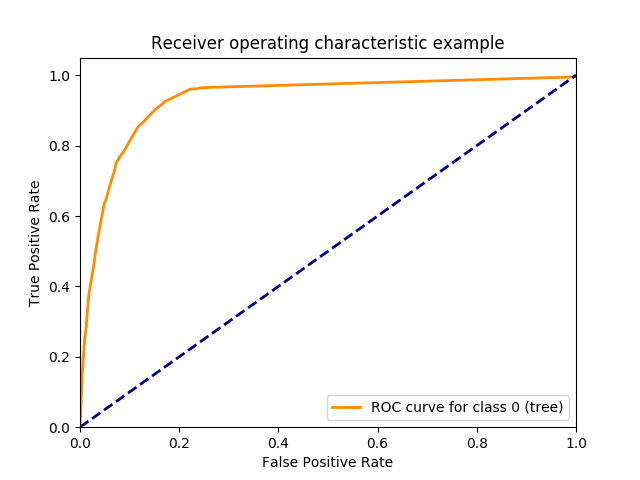
This is milestone_1/tree.png from jinghanY/App517, a Graphviz export, as it was before one commit. Its source is kept beside it as milestone_1/tree.dot.
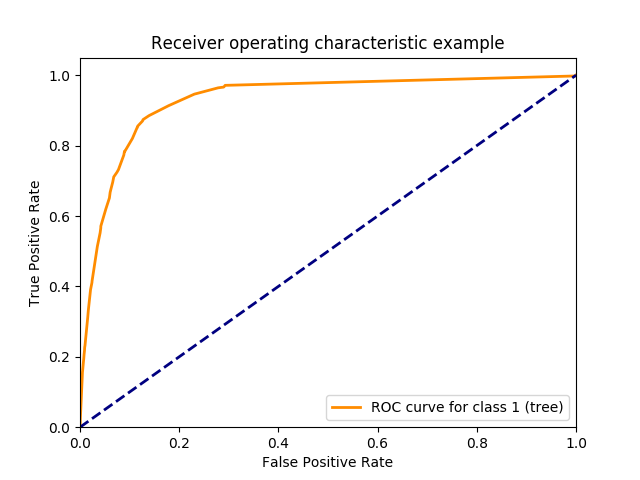
After the change.

Change to the diagram source:
```diff
@@ -1,228 +1,248 @@
 digraph Tree {
 node [shape=box] ;
-0 [label="nr.employed <= 5087.65\ngini = 0.202\nsamples = 24712\nvalue = [21889, 2823]\nclass = no"] ;
-1 [label="duration <= 165.5\ngini = 0.495\nsamples = 2996\nvalue = [1649, 1347]\nclass = no"] ;
+0 [label="nr.employed <= 5087.65\ngini = 0.201\nsamples = 24712\nvalue = [21910, 2802]\nclass = no"] ;
+1 [label="duration <= 172.5\ngini = 0.494\nsamples = 2982\nvalue = [1650, 1332]\nclass = no"] ;
 0 -> 1 [labeldistance=2.5, labelangle=45, headlabel="True"] ;
-2 [label="duration <= 123.5\ngini = 0.263\nsamples = 1079\nvalue = [911, 168]\nclass = no"] ;
+2 [label="pdays <= 6.5\ngini = 0.28\nsamples = 1152\nvalue = [958, 194]\nclass = no"] ;
 1 -> 2 ;
-3 [label="pdays <= 3.5\ngini = 0.154\nsamples = 677\nvalue = [620, 57]\nclass = no"] ;
+3 [label="mon <= 0.5\ngini = 0.489\nsamples = 165\nvalue = [95, 70]\nclass = no"] ;
 2 -> 3 ;
-4 [label="duration <= 84.5\ngini = 0.497\nsamples = 37\nvalue = [20, 17]\nclass = no"] ;
+4 [label="euribor3m <= 0.715\ngini = 0.5\nsamples = 124\nvalue = [62, 62]\nclass = no"] ;
 3 -> 4 ;
-5 [label="age <= 31.5\ngini = 0.165\nsamples = 11\nvalue = [10, 1]\nclass = no"] ;
+5 [label="fri <= 0.5\ngini = 0.35\nsamples = 31\nvalue = [7, 24]\nclass = no"] ;
 4 -> 5 ;
-6 [label="gini = 0.0\nsamples = 1\nvalue = [0, 1]\nclass = no"] ;
+6 [label="gini = 0.219\nsamples = 24\nvalue = [3, 21]\nclass = no"] ;
 5 -> 6 ;
-7 [label="gini = 0.0\nsamples = 10\nvalue = [10, 0]\nclass = no"] ;
+7 [label="gini = 0.49\nsamples = 7\nvalue = [4, 3]\nclass = no"] ;
 5 -> 7 ;
-8 [label="no <= 0.5\ngini = 0.473\nsamples = 26\nvalue = [10, 16]\nclass = no"] ;
+8 [label="sep <= 0.5\ngini = 0.483\nsamples = 93\nvalue = [55, 38]\nclass = no"] ;
 4 -> 8 ;
-9 [label="gini = 0.492\nsamples = 16\nvalue = [9, 7]\nclass = no"] ;
+9 [label="gini = 0.444\nsamples = 72\nvalue = [48, 24]\nclass = no"] ;
 8 -> 9 ;
-10 [label="gini = 0.18\nsamples = 10\nvalue = [1, 9]\nclass = no"] ;
+10 [label="gini = 0.444\nsamples = 21\nvalue = [7, 14]\nclass = no"] ;
 8 -> 10 ;
-11 [label="duration <= 78.5\ngini = 0.117\nsamples = 640\nvalue = [600, 40]\nclass = no"] ;
+11 [label="duration <= 158.5\ngini = 0.314\nsamples = 41\nvalue = [33, 8]\nclass = no"] ;
 3 -> 11 ;
-12 [label="euribor3m <= 1.264\ngini = 0.025\nsamples = 236\nvalue = [233, 3]\nclass = no"] ;
+12 [label="campaign <= 1.5\ngini = 0.229\nsamples = 38\nvalue = [33, 5]\nclass = no"] ;
 11 -> 12 ;
-13 [label="gini = 0.017\nsamples = 228\nvalue = [226, 2]\nclass = no"] ;
+13 [label="gini = 0.0\nsamples = 14\nvalue = [14, 0]\nclass = no"] ;
 12 -> 13 ;
-14 [label="gini = 0.219\nsamples = 8\nvalue = [7, 1]\nclass = no"] ;
+14 [label="gini = 0.33\nsamples = 24\nvalue = [19, 5]\nclass = no"] ;
 12 -> 14 ;
-15 [label="euribor3m <= 0.635\ngini = 0.166\nsamples = 404\nvalue = [367, 37]\nclass = no"] ;
+15 [label="gini = 0.0\nsamples = 3\nvalue = [0, 3]\nclass = no"] ;
 11 -> 15 ;
-16 [label="gini = 0.444\nsamples = 3\nvalue = [1, 2]\nclass = no"] ;
-15 -> 16 ;
-17 [label="gini = 0.159\nsamples = 401\nvalue = [366, 35]\nclass = no"] ;
-15 -> 17 ;
-18 [label="telephone <= 0.5\ngini = 0.4\nsamples = 402\nvalue = [291, 111]\nclass = no"] ;
-2 -> 18 ;
-19 [label="pdays <= 11.5\ngini = 0.425\nsamples = 363\nvalue = [252, 111]\nclass = no"] ;
+16 [label="duration <= 123.5\ngini = 0.22\nsamples = 987\nvalue = [863, 124]\nclass = no"] ;
+2 -> 16 ;
+17 [label="duration <= 81.5\ngini = 0.135\nsamples = 620\nvalue = [575, 45]\nclass = no"] ;
+16 -> 17 ;
+18 [label="pdays <= 13.5\ngini = 0.039\nsamples = 252\nvalue = [247, 5]\nclass = no"] ;
+17 -> 18 ;
+19 [label="gini = 0.444\nsamples = 3\nvalue = [2, 1]\nclass = no"] ;
 18 -> 19 ;
-20 [label="mon <= 0.5\ngini = 0.499\nsamples = 80\nvalue = [42, 38]\nclass = no"] ;
-19 -> 20 ;
-21 [label="gini = 0.488\nsamples = 57\nvalue = [24, 33]\nclass = no"] ;
-20 -> 21 ;
-22 [label="gini = 0.34\nsamples = 23\nvalue = [18, 5]\nclass = no"] ;
-20 -> 22 ;
-23 [label="age <= 68.5\ngini = 0.383\nsamples = 283\nvalue = [210, 73]\nclass = no"] ;
-19 -> 23 ;
-24 [label="gini = 0.345\nsamples = 253\nvalue = [197, 56]\nclass = no"] ;
-23 -> 24 ;
-25 [label="gini = 0.491\nsamples = 30\nvalue = [13, 17]\nclass = no"] ;
-23 -> 25 ;
-26 [label="gini = 0.0\nsamples = 39\nvalue = [39, 0]\nclass = no"] ;
-18 -> 26 ;
-27 [label="pdays <= 16.5\ngini = 0.474\nsamples = 1917\nvalue = [738, 1179]\nclass = no"] ;
-1 -> 27 ;
-28 [label="campaign <= 6.5\ngini = 0.306\nsamples = 562\nvalue = [106, 456]\nclass = no"] ;
-27 -> 28 ;
-29 [label="cons.price.idx <= 92.29\ngini = 0.299\nsamples = 557\nvalue = [102, 455]\nclass = no"] ;
+20 [label="gini = 0.032\nsamples = 249\nvalue = [245, 4]\nclass = no"] ;
+18 -> 20 ;
+21 [label="euribor3m <= 1.264\ngini = 0.194\nsamples = 368\nvalue = [328, 40]\nclass = no"] ;
+17 -> 21 ;
+22 [label="gini = 0.177\nsamples = 346\nvalue = [312, 34]\nclass = no"] ;
+21 -> 22 ;
+23 [label="gini = 0.397\nsamples = 22\nvalue = [16, 6]\nclass = no"] ;
+21 -> 23 ;
+24 [label="emp.var.rate <= -1.75\ngini = 0.338\nsamples = 367\nvalue = [288, 79]\nclass = no"] ;
+16 -> 24 ;
+25 [label="age <= 23.5\ngini = 0.39\nsamples = 290\nvalue = [213, 77]\nclass = no"] ;
+24 -> 25 ;
+26 [label="gini = 0.49\nsamples = 14\nvalue = [6, 8]\nclass = no"] ;
+25 -> 26 ;
+27 [label="gini = 0.375\nsamples = 276\nvalue = [207, 69]\nclass = no"] ;
+25 -> 27 ;
+28 [label="unemployed <= 0.5\ngini = 0.051\nsamples = 77\nvalue = [75, 2]\nclass = no"] ;
+24 -> 28 ;
+29 [label="gini = 0.026\nsamples = 75\nvalue = [74, 1]\nclass = no"] ;
 28 -> 29 ;
-30 [label="euribor3m <= 0.865\ngini = 0.455\nsamples = 40\nvalue = [14, 26]\nclass = no"] ;
-29 -> 30 ;
-31 [label="gini = 0.133\nsamples = 14\nvalue = [1, 13]\nclass = no"] ;
-30 -> 31 ;
-32 [label="gini = 0.5\nsamples = 26\nvalue = [13, 13]\nclass = no"] ;
-30 -> 32 ;
-33 [label="euribor3m <= 0.648\ngini = 0.282\nsamples = 517\nvalue = [88, 429]\nclass = no"] ;
-29 -> 33 ;
-34 [label="gini = 0.433\nsamples = 41\nvalue = [13, 28]\nclass = no"] ;
+30 [label="gini = 0.5\nsamples = 2\nvalue = [1, 1]\nclass = no"] ;
+28 -> 30 ;
+31 [label="pdays <= 16.5\ngini = 0.47\nsamples = 1830\nvalue = [692, 1138]\nclass = no"] ;
+1 -> 31 ;
+32 [label="campaign <= 3.5\ngini = 0.277\nsamples = 541\nvalue = [90, 451]\nclass = no"] ;
+31 -> 32 ;
+33 [label="duration <= 191.5\ngini = 0.255\nsamples = 500\nvalue = [75, 425]\nclass = no"] ;
+32 -> 33 ;
+34 [label="cellular <= 0.5\ngini = 0.414\nsamples = 58\nvalue = [17, 41]\nclass = no"] ;
 33 -> 34 ;
-35 [label="gini = 0.265\nsamples = 476\nvalue = [75, 401]\nclass = no"] ;
-33 -> 35 ;
-36 [label="euribor3m <= 0.762\ngini = 0.32\nsamples = 5\nvalue = [4, 1]\nclass = no"] ;
-28 -> 36 ;
-37 [label="gini = 0.0\nsamples = 1\nvalue = [0, 1]\nclass = no"] ;
-36 -> 37 ;
-38 [label="gini = 0.0\nsamples = 4\nvalue = [4, 0]\nclass = no"] ;
-36 -> 38 ;
-39 [label="duration <= 283.5\ngini = 0.498\nsamples = 1355\nvalue = [632, 723]\nclass = no"] ;
-27 -> 39 ;
-40 [label="duration <= 203.5\ngini = 0.486\nsamples = 605\nvalue = [354, 251]\nclass = no"] ;
-39 -> 40 ;
-41 [label="oct <= 0.5\ngini = 0.434\nsamples = 223\nvalue = [152, 71]\nclass = no"] ;
+35 [label="gini = 0.0\nsamples = 2\nvalue = [2, 0]\nclass = no"] ;
+34 -> 35 ;
+36 [label="gini = 0.392\nsamples = 56\nvalue = [15, 41]\nclass = no"] ;
+34 -> 36 ;
+37 [label="euribor3m <= 1.261\ngini = 0.228\nsamples = 442\nvalue = [58, 384]\nclass = no"] ;
+33 -> 37 ;
+38 [label="gini = 0.213\nsamples = 429\nvalue = [52, 377]\nclass = no"] ;
+37 -> 38 ;
+39 [label="gini = 0.497\nsamples = 13\nvalue = [6, 7]\nclass = no"] ;
+37 -> 39 ;
+40 [label="duration <= 545.0\ngini = 0.464\nsamples = 41\nvalue = [15, 26]\nclass = no"] ;
+32 -> 40 ;
+41 [label="euribor3m <= 0.668\ngini = 0.496\nsamples = 33\nvalue = [15, 18]\nclass = no"] ;
 40 -> 41 ;
-42 [label="gini = 0.455\nsamples = 194\nvalue = [126, 68]\nclass = no"] ;
+42 [label="gini = 0.0\nsamples = 4\nvalue = [0, 4]\nclass = no"] ;
 41 -> 42 ;
-43 [label="gini = 0.185\nsamples = 29\nvalue = [26, 3]\nclass = no"] ;
+43 [label="gini = 0.499\nsamples = 29\nvalue = [15, 14]\nclass = no"] ;
 41 -> 43 ;
-44 [label="telephone <= 0.5\ngini = 0.498\nsamples = 382\nvalue = [202, 180]\nclass = no"] ;
+44 [label="gini = 0.0\nsamples = 8\nvalue = [0, 8]\nclass = no"] ;
 40 -> 44 ;
-45 [label="gini = 0.5\nsamples = 335\nvalue = [170, 165]\nclass = no"] ;
-44 -> 45 ;
-46 [label="gini = 0.435\nsamples = 47\nvalue = [32, 15]\nclass = no"] ;
-44 -> 46 ;
-47 [label="previous <= 2.5\ngini = 0.467\nsamples = 750\nvalue = [278, 472]\nclass = no"] ;
-39 -> 47 ;
-48 [label="cons.price.idx <= 93.559\ngini = 0.463\nsamples = 735\nvalue = [267, 468]\nclass = no"] ;
+45 [label="duration <= 250.5\ngini = 0.498\nsamples = 1289\nvalue = [602, 687]\nclass = no"] ;
+31 -> 45 ;
+46 [label="cons.conf.idx <= -28.35\ngini = 0.481\nsamples = 427\nvalue = [255, 172]\nclass = no"] ;
+45 -> 46 ;
+47 [label="campaign <= 4.5\ngini = 0.488\nsamples = 390\nvalue = [225, 165]\nclass = no"] ;
+46 -> 47 ;
+48 [label="gini = 0.493\nsamples = 368\nvalue = [206, 162]\nclass = no"] ;
 47 -> 48 ;
-49 [label="gini = 0.481\nsamples = 478\nvalue = [193, 285]\nclass = no"] ;
-48 -> 49 ;
-50 [label="gini = 0.41\nsamples = 257\nvalue = [74, 183]\nclass = no"] ;
-48 -> 50 ;
-51 [label="duration <= 793.0\ngini = 0.391\nsamples = 15\nvalue = [11, 4]\nclass = no"] ;
-47 -> 51 ;
-52 [label="gini = 0.153\nsamples = 12\nvalue = [11, 1]\nclass = no"] ;
-51 -> 52 ;
-53 [label="gini = 0.0\nsamples = 3\nvalue = [0, 3]\nclass = no"] ;
-51 -> 53 ;
-54 [label="duration <= 525.5\ngini = 0.127\nsamples = 21716\nvalue = [20240, 1476]\nclass = no"] ;
-0 -> 54 [labeldistance=2.5, labelangle=-45, headlabel="False"] ;
-55 [label="cons.conf.idx <= -46.65\ngini = 0.052\nsamples = 19366\nvalue = [18847, 519]\nclass = no"] ;
+49 [label="gini = 0.236\nsamples = 22\nvalue = [19, 3]\nclass = no"] ;
+47 -> 49 ;
+50 [label="euribor3m <= 0.723\ngini = 0.307\nsamples = 37\nvalue = [30, 7]\nclass = no"] ;
+46 -> 50 ;
+51 [label="gini = 0.5\nsamples = 8\nvalue = [4, 4]\nclass = no"] ;
+50 -> 51 ;
+52 [label="gini = 0.185\nsamples = 29\nvalue = [26, 3]\nclass = no"] ;
+50 -> 52 ;
+53 [label="nr.employed <= 5013.1\ngini = 0.481\nsamples = 862\nvalue = [347, 515]\nclass = no"] ;
+45 -> 53 ;
+54 [label="duration <= 520.5\ngini = 0.433\nsamples = 338\nvalue = [107, 231]\nclass = no"] ;
+53 -> 54 ;
+55 [label="gini = 0.474\nsamples = 241\nvalue = [93, 148]\nclass = no"] ;
 54 -> 55 ;
-56 [label="euribor3m <= 1.526\ngini = 0.292\nsamples = 1470\nvalue = [1209, 261]\nclass = no"] ;
-55 -> 56 ;
-57 [label="duration <= 293.5\ngini = 0.248\nsamples = 1321\nvalue = [1129, 192]\nclass = no"] ;
-56 -> 57 ;
-58 [label="duration <= 103.5\ngini = 0.177\nsamples = 986\nvalue = [889, 97]\nclass = no"] ;
+56 [label="gini = 0.247\nsamples = 97\nvalue = [14, 83]\nclass = no"] ;
+54 -> 56 ;
+57 [label="age <= 24.5\ngini = 0.496\nsamples = 524\nvalue = [240, 284]\nclass = no"] ;
+53 -> 57 ;
+58 [label="gini = 0.387\nsamples = 42\nvalue = [11, 31]\nclass = no"] ;
 57 -> 58 ;
-59 [label="gini = 0.036\nsamples = 323\nvalue = [317, 6]\nclass = no"] ;
-58 -> 59 ;
-60 [label="gini = 0.237\nsamples = 663\nvalue = [572, 91]\nclass = no"] ;
-58 -> 60 ;
-61 [label="euribor3m <= 1.398\ngini = 0.406\nsamples = 335\nvalue = [240, 95]\nclass = no"] ;
-57 -> 61 ;
-62 [label="gini = 0.352\nsamples = 57\nvalue = [13, 44]\nclass = no"] ;
+59 [label="gini = 0.499\nsamples = 482\nvalue = [229, 253]\nclass = no"] ;
+57 -> 59 ;
+60 [label="duration <= 525.5\ngini = 0.126\nsamples = 21730\nvalue = [20260, 1470]\nclass = no"] ;
+0 -> 60 [labeldistance=2.5, labelangle=-45, headlabel="False"] ;
+61 [label="cons.conf.idx <= -46.65\ngini = 0.05\nsamples = 19395\nvalue = [18894, 501]\nclass = no"] ;
+60 -> 61 ;
+62 [label="euribor3m <= 1.526\ngini = 0.296\nsamples = 1462\nvalue = [1198, 264]\nclass = no"] ;
 61 -> 62 ;
-63 [label="gini = 0.3\nsamples = 278\nvalue = [227, 51]\nclass = no"] ;
-61 -> 63 ;
-64 [label="duration <= 94.0\ngini = 0.497\nsamples = 149\nvalue = [80, 69]\nclass = no"] ;
-56 -> 64 ;
-65 [label="tue <= 0.5\ngini = 0.142\nsamples = 39\nvalue = [36, 3]\nclass = no"] ;
+63 [label="euribor3m <= 1.368\ngini = 0.251\nsamples = 1304\nvalue = [1112, 192]\nclass = no"] ;
+62 -> 63 ;
+64 [label="duration <= 223.5\ngini = 0.459\nsamples = 151\nvalue = [97, 54]\nclass = no"] ;
+63 -> 64 ;
+65 [label="gini = 0.123\nsamples = 76\nvalue = [71, 5]\nclass = no"] ;
 64 -> 65 ;
-66 [label="gini = 0.061\nsamples = 32\nvalue = [31, 1]\nclass = no"] ;
-65 -> 66 ;
-67 [label="gini = 0.408\nsamples = 7\nvalue = [5, 2]\nclass = no"] ;
-65 -> 67 ;
-68 [label="duration <= 175.5\ngini = 0.48\nsamples = 110\nvalue = [44, 66]\nclass = no"] ;
-64 -> 68 ;
-69 [label="gini = 0.491\nsamples = 53\nvalue = [30, 23]\nclass = no"] ;
-68 -> 69 ;
-70 [label="gini = 0.371\nsamples = 57\nvalue = [14, 43]\nclass = no"] ;
-68 -> 70 ;
-71 [label="oct <= 0.5\ngini = 0.028\nsamples = 17896\nvalue = [17638, 258]\nclass = no"] ;
-55 -> 71 ;
-72 [label="duration <= 391.5\ngini = 0.026\nsamples = 17859\nvalue = [17621, 238]\nclass = no"] ;
+66 [label="gini = 0.453\nsamples = 75\nvalue = [26, 49]\nclass = no"] ;
+64 -> 66 ;
+67 [label="age <= 30.5\ngini = 0.211\nsamples = 1153\nvalue = [1015, 138]\nclass = no"] ;
+63 -> 67 ;
+68 [label="gini = 0.421\nsamples = 196\nvalue = [137, 59]\nclass = no"] ;
+67 -> 68 ;
+69 [label="gini = 0.151\nsamples = 957\nvalue = [878, 79]\nclass = no"] ;
+67 -> 69 ;
+70 [label="duration <= 186.5\ngini = 0.496\nsamples = 158\nvalue = [86, 72]\nclass = no"] ;
+62 -> 70 ;
+71 [label="duration <= 94.0\ngini = 0.389\nsamples = 102\nvalue = [75, 27]\nclass = no"] ;
+70 -> 71 ;
+72 [label="gini = 0.127\nsamples = 44\nvalue = [41, 3]\nclass = no"] ;
 71 -> 72 ;
-73 [label="pdays <= 3.5\ngini = 0.013\nsamples = 16467\nvalue = [16359, 108]\nclass = no"] ;
-72 -> 73 ;
-74 [label="gini = 0.438\nsamples = 34\nvalue = [23, 11]\nclass = no"] ;
-73 -> 74 ;
-75 [label="gini = 0.012\nsamples = 16433\nvalue = [16336, 97]\nclass = no"] ;
-73 -> 75 ;
-76 [label="euribor3m <= 1.286\ngini = 0.169\nsamples = 1392\nvalue = [1262, 130]\nclass = no"] ;
-72 -> 76 ;
-77 [label="gini = 0.44\nsamples = 107\nvalue = [72, 35]\nclass = no"] ;
-76 -> 77 ;
-78 [label="gini = 0.137\nsamples = 1285\nvalue = [1190, 95]\nclass = no"] ;
-76 -> 78 ;
-79 [label="duration <= 83.0\ngini = 0.497\nsamples = 37\nvalue = [17, 20]\nclass = no"] ;
-71 -> 79 ;
-80 [label="gini = 0.0\nsamples = 14\nvalue = [14, 0]\nclass = no"] ;
+73 [label="gini = 0.485\nsamples = 58\nvalue = [34, 24]\nclass = no"] ;
+71 -> 73 ;
+74 [label="no <= 0.5\ngini = 0.316\nsamples = 56\nvalue = [11, 45]\nclass = no"] ;
+70 -> 74 ;
+75 [label="gini = 0.42\nsamples = 30\nvalue = [9, 21]\nclass = no"] ;
+74 -> 75 ;
+76 [label="gini = 0.142\nsamples = 26\nvalue = [2, 24]\nclass = no"] ;
+74 -> 76 ;
+77 [label="oct <= 0.5\ngini = 0.026\nsamples = 17933\nvalue = [17696, 237]\nclass = no"] ;
+61 -> 77 ;
+78 [label="duration <= 395.5\ngini = 0.024\nsamples = 17904\nvalue = [17685, 219]\nclass = no"] ;
+77 -> 78 ;
+79 [label="euribor3m <= 1.276\ngini = 0.011\nsamples = 16615\nvalue = [16522, 93]\nclass = no"] ;
+78 -> 79 ;
+80 [label="gini = 0.074\nsamples = 982\nvalue = [944, 38]\nclass = no"] ;
 79 -> 80 ;
-81 [label="euribor3m <= 4.984\ngini = 0.227\nsamples = 23\nvalue = [3, 20]\nclass = no"] ;
+81 [label="gini = 0.007\nsamples = 15633\nvalue = [15578, 55]\nclass = no"] ;
 79 -> 81 ;
-82 [label="gini = 0.095\nsamples = 20\nvalue = [1, 19]\nclass = no"] ;
-81 -> 82 ;
-83 [label="gini = 0.444\nsamples = 3\nvalue = [2, 1]\nclass = no"] ;
-81 -> 83 ;
-84 [label="duration <= 835.5\ngini = 0.483\nsamples = 2350\nvalue = [1393, 957]\nclass = no"] ;
-54 -> 84 ;
-85 [label="euribor3m <= 1.388\ngini = 0.433\nsamples = 1522\nvalue = [1040, 482]\nclass = no"] ;
-84 -> 85 ;
-86 [label="euribor3m <= 1.349\ngini = 0.5\nsamples = 275\nvalue = [136, 139]\nclass = no"] ;
+82 [label="euribor3m <= 1.286\ngini = 0.176\nsamples = 1289\nvalue = [1163, 126]\nclass = no"] ;
+78 -> 82 ;
+83 [label="gini = 0.415\nsamples = 109\nvalue = [77, 32]\nclass = no"] ;
+82 -> 83 ;
+84 [label="gini = 0.147\nsamples = 1180\nvalue = [1086, 94]\nclass = no"] ;
+82 -> 84 ;
+85 [label="duration <= 76.0\ngini = 0.471\nsamples = 29\nvalue = [11, 18]\nclass = no"] ;
+77 -> 85 ;
+86 [label="housemaid <= 0.5\ngini = 0.245\nsamples = 7\nvalue = [6, 1]\nclass = no"] ;
 85 -> 86 ;
-87 [label="duration <= 645.0\ngini = 0.496\nsamples = 241\nvalue = [131, 110]\nclass = no"] ;
+87 [label="gini = 0.0\nsamples = 6\nvalue = [6, 0]\nclass = no"] ;
 86 -> 87 ;
-88 [label="gini = 0.454\nsamples = 129\nvalue = [84, 45]\nclass = no"] ;
-87 -> 88 ;
-89 [label="gini = 0.487\nsamples = 112\nvalue = [47, 65]\nclass = no"] ;
-87 -> 89 ;
-90 [label="unknown <= 0.5\ngini = 0.251\nsamples = 34\nvalue = [5, 29]\nclass = no"] ;
-86 -> 90 ;
-91 [label="gini = 0.17\nsamples = 32\nvalue = [3, 29]\nclass = no"] ;
-90 -> 91 ;
-92 [label="gini = 0.0\nsamples = 2\nvalue = [2, 0]\nclass = no"] ;
-90 -> 92 ;
-93 [label="euribor3m <= 4.865\ngini = 0.399\nsamples = 1247\nvalue = [904, 343]\nclass = no"] ;
-85 -> 93 ;
-94 [label="age <= 29.5\ngini = 0.33\nsamples = 613\nvalue = [485, 128]\nclass = no"] ;
+88 [label="gini = 0.0\nsamples = 1\nvalue = [0, 1]\nclass = no"] ;
+86 -> 88 ;
+89 [label="euribor3m <= 4.984\ngini = 0.351\nsamples = 22\nvalue = [5, 17]\nclass = no"] ;
+85 -> 89 ;
+90 [label="gini = 0.117\nsamples = 16\nvalue = [1, 15]\nclass = no"] ;
+89 -> 90 ;
+91 [label="gini = 0.444\nsamples = 6\nvalue = [4, 2]\nclass = no"] ;
+89 -> 91 ;
+92 [label="duration <= 827.5\ngini = 0.486\nsamples = 2335\nvalue = [1366, 969]\nclass = no"] ;
+60 -> 92 ;
+93 [label="euribor3m <= 1.402\ngini = 0.437\nsamples = 1464\nvalue = [992, 472]\nclass = no"] ;
+92 -> 93 ;
+94 [label="euribor3m <= 1.349\ngini = 0.499\nsamples = 274\nvalue = [130, 144]\nclass = no"] ;
 93 -> 94 ;
-95 [label="gini = 0.49\nsamples = 56\nvalue = [32, 24]\nclass = no"] ;
+95 [label="duration <= 645.5\ngini = 0.498\nsamples = 242\nvalue = [128, 114]\nclass = no"] ;
 94 -> 95 ;
-96 [label="gini = 0.304\nsamples = 557\nvalue = [453, 104]\nclass = no"] ;
-94 -> 96 ;
-97 [label="duration <= 613.5\ngini = 0.448\nsamples = 634\nvalue = [419, 215]\nclass = no"] ;
-93 -> 97 ;
-98 [label="gini = 0.385\nsamples = 250\nvalue = [185, 65]\nclass = no"] ;
-97 -> 98 ;
-99 [label="gini = 0.476\nsamples = 384\nvalue = [234, 150]\nclass = no"] ;
-97 -> 99 ;
-100 [label="duration <= 1201.5\ngini = 0.489\nsamples = 828\nvalue = [353, 475]\nclass = no"] ;
-84 -> 100 ;
-101 [label="duration <= 1154.0\ngini = 0.497\nsamples = 564\nvalue = [261, 303]\nclass = no"] ;
-100 -> 101 ;
-102 [label="cellular <= 0.5\ngini = 0.494\nsamples = 526\nvalue = [235, 291]\nclass = no"] ;
+96 [label="gini = 0.468\nsamples = 134\nvalue = [84, 50]\nclass = no"] ;
+95 -> 96 ;
+97 [label="gini = 0.483\nsamples = 108\nvalue = [44, 64]\nclass = no"] ;
+95 -> 97 ;
+98 [label="entrepreneur <= 0.5\ngini = 0.117\nsamples = 32\nvalue = [2, 30]\nclass = no"] ;
+94 -> 98 ;
+99 [label="gini = 0.062\nsamples = 31\nvalue = [1, 30]\nclass = no"] ;
+98 -> 99 ;
+100 [label="gini = 0.0\nsamples = 1\nvalue = [1, 0]\nclass = no"] ;
+98 -> 100 ;
+101 [label="duration <= 644.5\ngini = 0.399\nsamples = 1190\nvalue = [862, 328]\nclass = no"] ;
+93 -> 101 ;
+102 [label="cons.price.idx <= 93.956\ngini = 0.331\nsamples = 621\nvalue = [491, 130]\nclass = no"] ;
 101 -> 102 ;
-103 [label="gini = 0.498\nsamples = 189\nvalue = [100, 89]\nclass = no"] ;
+103 [label="gini = 0.387\nsamples = 377\nvalue = [278, 99]\nclass = no"] ;
 102 -> 103 ;
-104 [label="gini = 0.48\nsamples = 337\nvalue = [135, 202]\nclass = no"] ;
+104 [label="gini = 0.222\nsamples = 244\nvalue = [213, 31]\nclass = no"] ;
 102 -> 104 ;
-105 [label="duration <= 1170.5\ngini = 0.432\nsamples = 38\nvalue = [26, 12]\nclass = no"] ;
+105 [label="age <= 35.5\ngini = 0.454\nsamples = 569\nvalue = [371, 198]\nclass = no"] ;
 101 -> 105 ;
-106 [label="gini = 0.133\nsamples = 14\nvalue = [13, 1]\nclass = no"] ;
+106 [label="gini = 0.492\nsamples = 227\nvalue = [128, 99]\nclass = no"] ;
 105 -> 106 ;
-107 [label="gini = 0.497\nsamples = 24\nvalue = [13, 11]\nclass = no"] ;
+107 [label="gini = 0.411\nsamples = 342\nvalue = [243, 99]\nclass = no"] ;
 105 -> 107 ;
-108 [label="age <= 57.5\ngini = 0.454\nsamples = 264\nvalue = [92, 172]\nclass = no"] ;
-100 -> 108 ;
-109 [label="euribor3m <= 4.859\ngini = 0.46\nsamples = 256\nvalue = [92, 164]\nclass = no"] ;
+108 [label="telephone <= 0.5\ngini = 0.49\nsamples = 871\nvalue = [374, 497]\nclass = no"] ;
+92 -> 108 ;
+109 [label="fri <= 0.5\ngini = 0.477\nsamples = 579\nvalue = [227, 352]\nclass = no"] ;
 108 -> 109 ;
-110 [label="gini = 0.486\nsamples = 115\nvalue = [48, 67]\nclass = no"] ;
+110 [label="nov <= 0.5\ngini = 0.463\nsamples = 465\nvalue = [169, 296]\nclass = no"] ;
 109 -> 110 ;
-111 [label="gini = 0.429\nsamples = 141\nvalue = [44, 97]\nclass = no"] ;
-109 -> 111 ;
-112 [label="gini = 0.0\nsamples = 8\nvalue = [0, 8]\nclass = no"] ;
-108 -> 112 ;
+111 [label="gini = 0.45\nsamples = 404\nvalue = [138, 266]\nclass = no"] ;
+110 -> 111 ;
+112 [label="gini = 0.5\nsamples = 61\nvalue = [31, 30]\nclass = no"] ;
+110 -> 112 ;
+113 [label="duration <= 1290.0\ngini = 0.5\nsamples = 114\nvalue = [58, 56]\nclass = no"] ;
+109 -> 113 ;
+114 [label="gini = 0.49\nsamples = 86\nvalue = [49, 37]\nclass = no"] ;
+113 -> 114 ;
+115 [label="gini = 0.436\nsamples = 28\nvalue = [9, 19]\nclass = no"] ;
+113 -> 115 ;
+116 [label="euribor3m <= 4.856\ngini = 0.5\nsamples = 292\nvalue = [147, 145]\nclass = no"] ;
+108 -> 116 ;
+117 [label="age <= 55.5\ngini = 0.437\nsamples = 65\nvalue = [44, 21]\nclass = no"] ;
+116 -> 117 ;
+118 [label="gini = 0.406\nsamples = 60\nvalue = [43, 17]\nclass = no"] ;
+117 -> 118 ;
+119 [label="gini = 0.32\nsamples = 5\nvalue = [1, 4]\nclass = no"] ;
+117 -> 119 ;
+120 [label="duration <= 1314.0\ngini = 0.496\nsamples = 227\nvalue = [103, 124]\nclass = no"] ;
+116 -> 120 ;
+121 [label="gini = 0.5\nsamples = 176\nvalue = [88, 88]\nclass = no"] ;
+120 -> 121 ;
+122 [label="gini = 0.415\nsamples = 51\nvalue = [15, 36]\nclass = no"] ;
+120 -> 122 ;
 }
```
